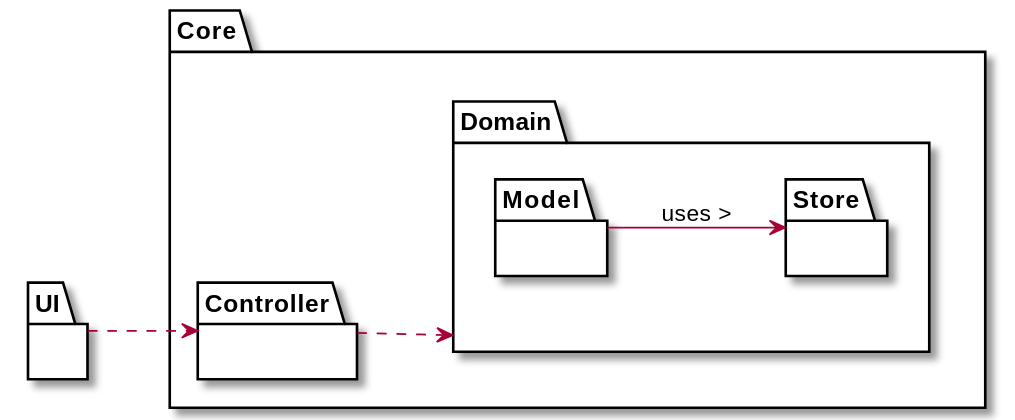
This is docs/SprintD/US_16/US016_PD_WithAssociations.svg from ana-albergaria/LAPR2-ISEP, a PlantUML export, as it was before one commit.
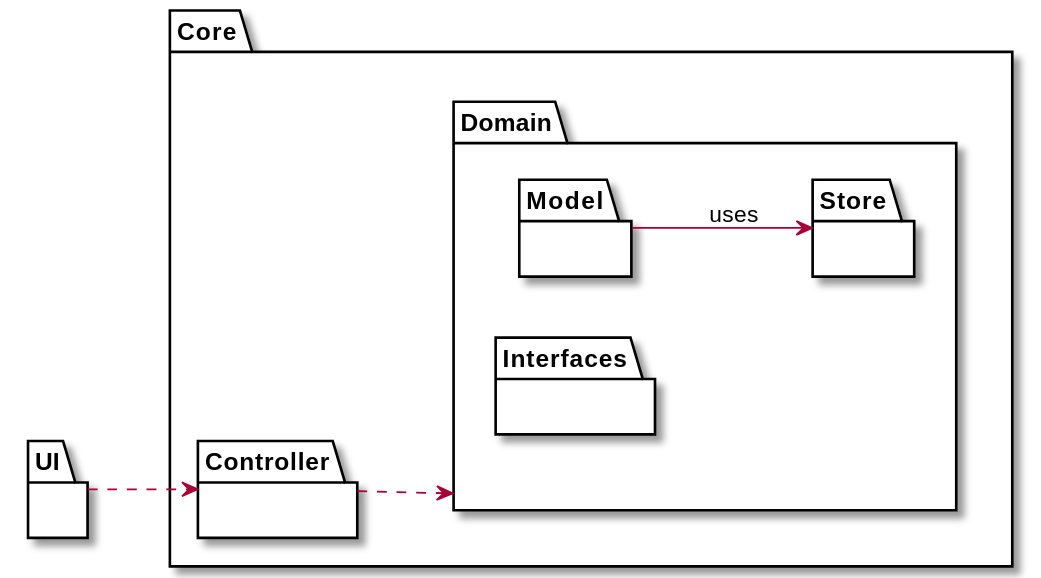
Later version of the same file.

Change to the diagram source:
```diff
@@ -9,6 +9,7 @@
 package Domain {
 package Model {}
 package Store {}
+package Interfaces{}
 }
 
 package Controller {}
@@ -20,6 +21,6 @@
 
 UI ..> Controller
 Controller ..> Domain
-Model --> Store : uses >
+Model --> Store : uses
 
 @enduml
```
